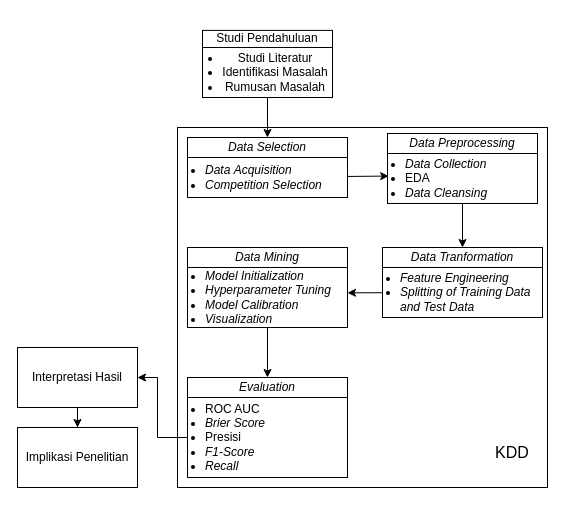
fadhilra101/skripsi keeps this draw.io diagram as diagrams/Tahapan Penelitian.drawio. Above is the earlier version. Source tidied: cells renumbered, new cells numbered last; positions are measured from the earlier drawing's top-left corner, leaving out a move shared by most shapes. Both pictures are drawn from the tidied source at 100%, with x=0, y=0 at pixel (17, 17).
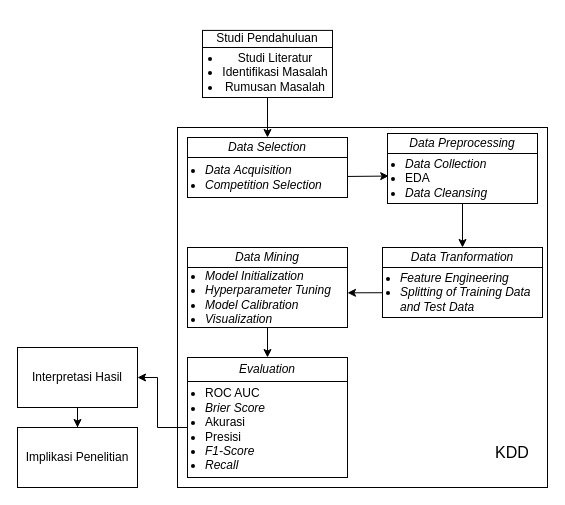
The same diagram, later.

The change refers to these unchanged cells:
```xml
<mxCell id="8" value="Interpretasi Hasil" style="rounded=0;whiteSpace=wrap;html=1;fillColor=none;" parent="1" vertex="1">
  <mxGeometry y="330" width="120" height="60" as="geometry" />
</mxCell>
```

What changed in the source:
```diff
@@
     <mxCell id="3" style="edgeStyle=orthogonalEdgeStyle;rounded=0;jettySize=auto;html=1;entryX=1;entryY=0.5;entryDx=0;entryDy=0;" parent="1" edge="1" source="27" target="8">
       <mxGeometry relative="1" as="geometry">
         <Array as="points">
-          <mxPoint x="140" y="420" />
+          <mxPoint x="140" y="410" />
           <mxPoint x="140" y="360" />
         </Array>
       </mxGeometry>
     </mxCell>
@@
     <mxCell id="25" style="group;" parent="1" vertex="1">
-      <mxGeometry x="170" y="360" width="160" height="100" as="geometry" />
+      <mxGeometry x="170" y="340" width="160" height="120" as="geometry" />
     </mxCell>
     <mxCell id="26" value="&lt;i&gt;Evaluation&lt;/i&gt;" style="rounded=0;whiteSpace=wrap;html=1;fillColor=none;" parent="25" vertex="1">
-      <mxGeometry width="160" height="20" as="geometry" />
+      <mxGeometry width="160" height="24" as="geometry" />
     </mxCell>
-    <mxCell id="27" value="&lt;ul style=&quot;padding-left: 16px;&quot;&gt;&lt;li&gt;ROC AUC&lt;/li&gt;&lt;li&gt;&lt;i&gt;Brier Score&lt;/i&gt;&lt;/li&gt;&lt;li&gt;&lt;span style=&quot;&quot;&gt;Presisi&lt;/span&gt;&lt;/li&gt;&lt;li&gt;&lt;span style=&quot;&quot;&gt;&lt;i&gt;F1-Score&lt;/i&gt;&lt;/span&gt;&lt;/li&gt;&lt;li&gt;&lt;span style=&quot;&quot;&gt;&lt;i&gt;Recall&lt;/i&gt;&lt;/span&gt;&lt;/li&gt;&lt;/ul&gt;" style="rounded=0;whiteSpace=wrap;html=1;fillColor=none;align=left;verticalAlign=middle;labelPosition=center;verticalLabelPosition=middle;" parent="25" vertex="1">
-      <mxGeometry y="20" width="160" height="80" as="geometry" />
+    <mxCell id="27" value="&lt;ul style=&quot;padding-left: 16px;&quot;&gt;&lt;li&gt;&lt;font&gt;ROC AUC&lt;/font&gt;&lt;/li&gt;&lt;li&gt;&lt;i&gt;&lt;font&gt;Brier Score&lt;/font&gt;&lt;/i&gt;&lt;/li&gt;&lt;li&gt;&lt;font style=&quot;&quot;&gt;Akurasi&lt;/font&gt;&lt;/li&gt;&lt;li&gt;&lt;span style=&quot;&quot;&gt;&lt;font&gt;Presisi&lt;/font&gt;&lt;/span&gt;&lt;/li&gt;&lt;li&gt;&lt;span style=&quot;&quot;&gt;&lt;i&gt;&lt;font&gt;F1-Score&lt;/font&gt;&lt;/i&gt;&lt;/span&gt;&lt;/li&gt;&lt;li&gt;&lt;span style=&quot;&quot;&gt;&lt;i&gt;&lt;font&gt;Recall&lt;/font&gt;&lt;/i&gt;&lt;/span&gt;&lt;/li&gt;&lt;/ul&gt;" style="rounded=0;whiteSpace=wrap;html=1;fillColor=none;align=left;verticalAlign=middle;labelPosition=center;verticalLabelPosition=middle;" parent="25" vertex="1">
+      <mxGeometry y="24" width="160" height="96" as="geometry" />
     </mxCell>
```
